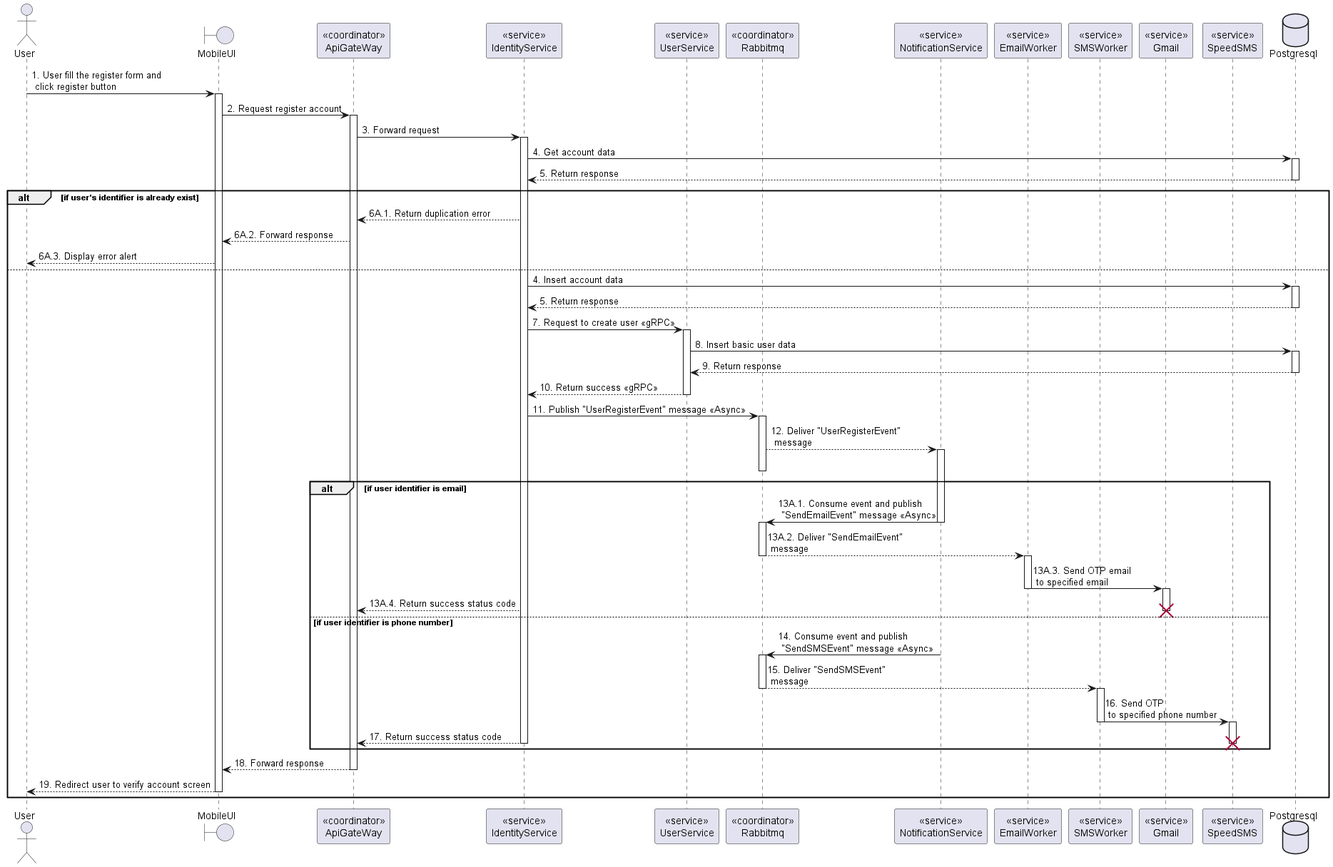
Above: doc/SDS/Identity/Register/Sequence.png in Carl-Johnsons/tastopia (PlantUML), before the change. Its diagram source:
```plantuml
@startuml Sequence
actor User
boundary MobileUI
participant "<<coordinator>>\nApiGateWay" as ApiGateway
participant "<<service>>\nIdentityService" as IdentityService
participant "<<service>>\nUserService"  as UserService
participant "<<coordinator>>\nRabbitmq"  as Rabbitmq
participant "<<service>>\nNotificationService" as NotificationService
participant "<<service>>\nEmailWorker" as EmailWorker
participant "<<service>>\nSMSWorker" as SMSWorker
participant "<<service>>\nGmail" as Gmail
participant "<<service>>\nSpeedSMS" as SpeedSMS
database Postgresql

User -> MobileUI++: 1. User fill the register form and \n click register button
MobileUI -> ApiGateway++: 2. Request register account
ApiGateway -> IdentityService++: 3. Forward request
IdentityService -> Postgresql++: 4. Get account data
IdentityService <-- Postgresql--: 5. Return response

alt if user's identifier is already exist
  ApiGateway <-- IdentityService: 6A.1. Return duplication error
  MobileUI <-- ApiGateway: 6A.2. Forward response
  User <-- MobileUI: 6A.3. Display error alert
else
  IdentityService -> Postgresql++: 4. Insert account data
  IdentityService <-- Postgresql--: 5. Return response

  IdentityService -> UserService++: 7. Request to create user <<gRPC>>
  UserService -> Postgresql++: 8. Insert basic user data
  UserService <-- Postgresql--: 9. Return response
  IdentityService <-- UserService--: 10. Return success <<gRPC>>

  IdentityService -> Rabbitmq++: 11. Publish "UserRegisterEvent" message <<Async>>
  Rabbitmq --> NotificationService: 12. Deliver "UserRegisterEvent"\n message
  activate NotificationService
  deactivate Rabbitmq

  alt if user identifier is email
    NotificationService -> Rabbitmq: 13A.1. Consume event and publish \n "SendEmailEvent" message <<Async>>
    deactivate NotificationService
    activate Rabbitmq
    Rabbitmq --> EmailWorker: 13A.2. Deliver "SendEmailEvent"\n message
    deactivate Rabbitmq
    activate EmailWorker
    EmailWorker -> Gmail: 13A.3. Send OTP email\n to specified email
    deactivate EmailWorker
    activate Gmail

    ApiGateway <-- IdentityService: 13A.4. Return success status code
    deactivate Gmail
    destroy Gmail
  else if user identifier is phone number
    NotificationService -> Rabbitmq: 14. Consume event and publish \n "SendSMSEvent" message <<Async>>
    deactivate NotificationService
    activate Rabbitmq
    Rabbitmq --> SMSWorker: 15. Deliver "SendSMSEvent"\n message
    deactivate Rabbitmq
    activate SMSWorker
    SMSWorker -> SpeedSMS: 16. Send OTP \n to specified phone number
    deactivate SMSWorker
    activate SpeedSMS

    ApiGateway <-- IdentityService--: 17. Return success status code
    deactivate SpeedSMS
    destroy SpeedSMS
  end

  MobileUI <-- ApiGateway--: 18. Forward response
  User <-- MobileUI--: 19. Redirect user to verify account screen
end

@enduml
```
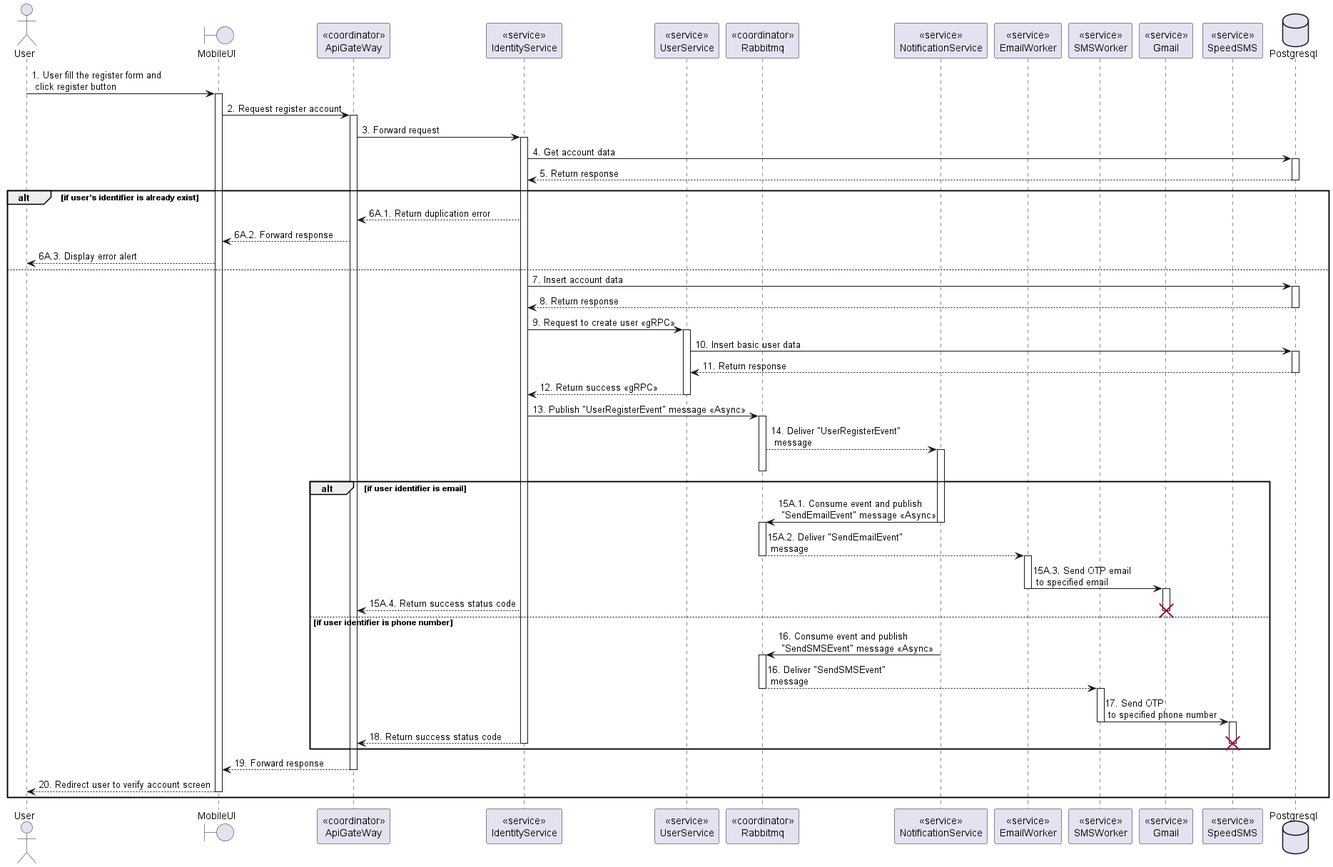
Above is the later version.

Diff of the diagram source:
```diff
@@ -23,51 +23,51 @@
   MobileUI <-- ApiGateway: 6A.2. Forward response
   User <-- MobileUI: 6A.3. Display error alert
 else
-  IdentityService -> Postgresql++: 4. Insert account data
-  IdentityService <-- Postgresql--: 5. Return response
+  IdentityService -> Postgresql++: 7. Insert account data
+  IdentityService <-- Postgresql--: 8. Return response
 
-  IdentityService -> UserService++: 7. Request to create user <<gRPC>>
-  UserService -> Postgresql++: 8. Insert basic user data
-  UserService <-- Postgresql--: 9. Return response
-  IdentityService <-- UserService--: 10. Return success <<gRPC>>
+  IdentityService -> UserService++: 9. Request to create user <<gRPC>>
+  UserService -> Postgresql++: 10. Insert basic user data
+  UserService <-- Postgresql--: 11. Return response
+  IdentityService <-- UserService--: 12. Return success <<gRPC>>
 
-  IdentityService -> Rabbitmq++: 11. Publish "UserRegisterEvent" message <<Async>>
-  Rabbitmq --> NotificationService: 12. Deliver "UserRegisterEvent"\n message
+  IdentityService -> Rabbitmq++: 13. Publish "UserRegisterEvent" message <<Async>>
+  Rabbitmq --> NotificationService: 14. Deliver "UserRegisterEvent"\n message
   activate NotificationService
   deactivate Rabbitmq
 
   alt if user identifier is email
-    NotificationService -> Rabbitmq: 13A.1. Consume event and publish \n "SendEmailEvent" message <<Async>>
+    NotificationService -> Rabbitmq: 15A.1. Consume event and publish \n "SendEmailEvent" message <<Async>>
     deactivate NotificationService
     activate Rabbitmq
-    Rabbitmq --> EmailWorker: 13A.2. Deliver "SendEmailEvent"\n message
+    Rabbitmq --> EmailWorker: 15A.2. Deliver "SendEmailEvent"\n message
     deactivate Rabbitmq
     activate EmailWorker
-    EmailWorker -> Gmail: 13A.3. Send OTP email\n to specified email
+    EmailWorker -> Gmail: 15A.3. Send OTP email\n to specified email
     deactivate EmailWorker
     activate Gmail
 
-    ApiGateway <-- IdentityService: 13A.4. Return success status code
+    ApiGateway <-- IdentityService: 15A.4. Return success status code
     deactivate Gmail
     destroy Gmail
   else if user identifier is phone number
-    NotificationService -> Rabbitmq: 14. Consume event and publish \n "SendSMSEvent" message <<Async>>
+    NotificationService -> Rabbitmq: 16. Consume event and publish \n "SendSMSEvent" message <<Async>>
     deactivate NotificationService
     activate Rabbitmq
-    Rabbitmq --> SMSWorker: 15. Deliver "SendSMSEvent"\n message
+    Rabbitmq --> SMSWorker: 16. Deliver "SendSMSEvent"\n message
     deactivate Rabbitmq
     activate SMSWorker
-    SMSWorker -> SpeedSMS: 16. Send OTP \n to specified phone number
+    SMSWorker -> SpeedSMS: 17. Send OTP \n to specified phone number
     deactivate SMSWorker
     activate SpeedSMS
 
-    ApiGateway <-- IdentityService--: 17. Return success status code
+    ApiGateway <-- IdentityService--: 18. Return success status code
     deactivate SpeedSMS
     destroy SpeedSMS
   end
 
-  MobileUI <-- ApiGateway--: 18. Forward response
-  User <-- MobileUI--: 19. Redirect user to verify account screen
+  MobileUI <-- ApiGateway--: 19. Forward response
+  User <-- MobileUI--: 20. Redirect user to verify account screen
 end
 
 @enduml
```
